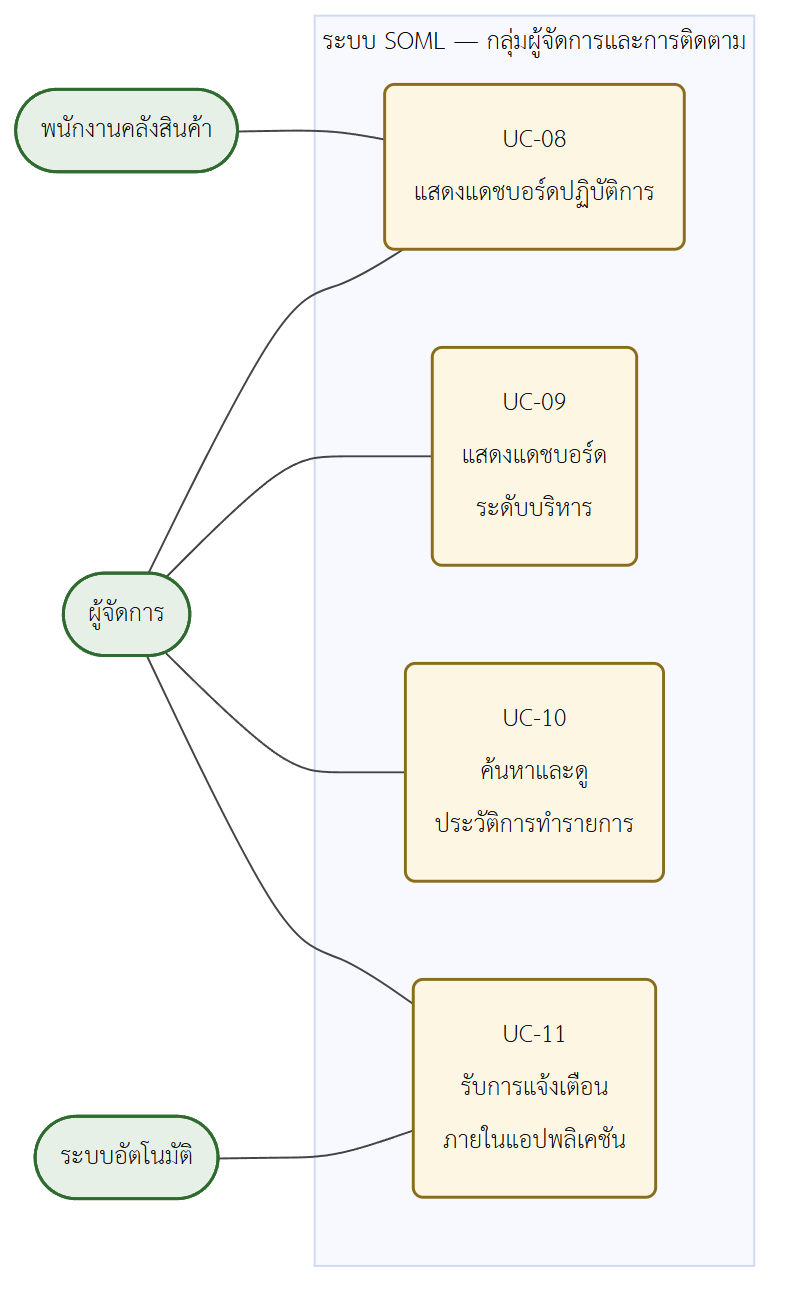
TriratWongsit/soml-pos-inventory keeps this Mermaid diagram as Documents/assets/diagrams/fig3-09_uc_manager.png. Above is the earlier version. Its source is kept beside it as Documents/assets/diagrams/fig3-09_uc_manager.mmd.
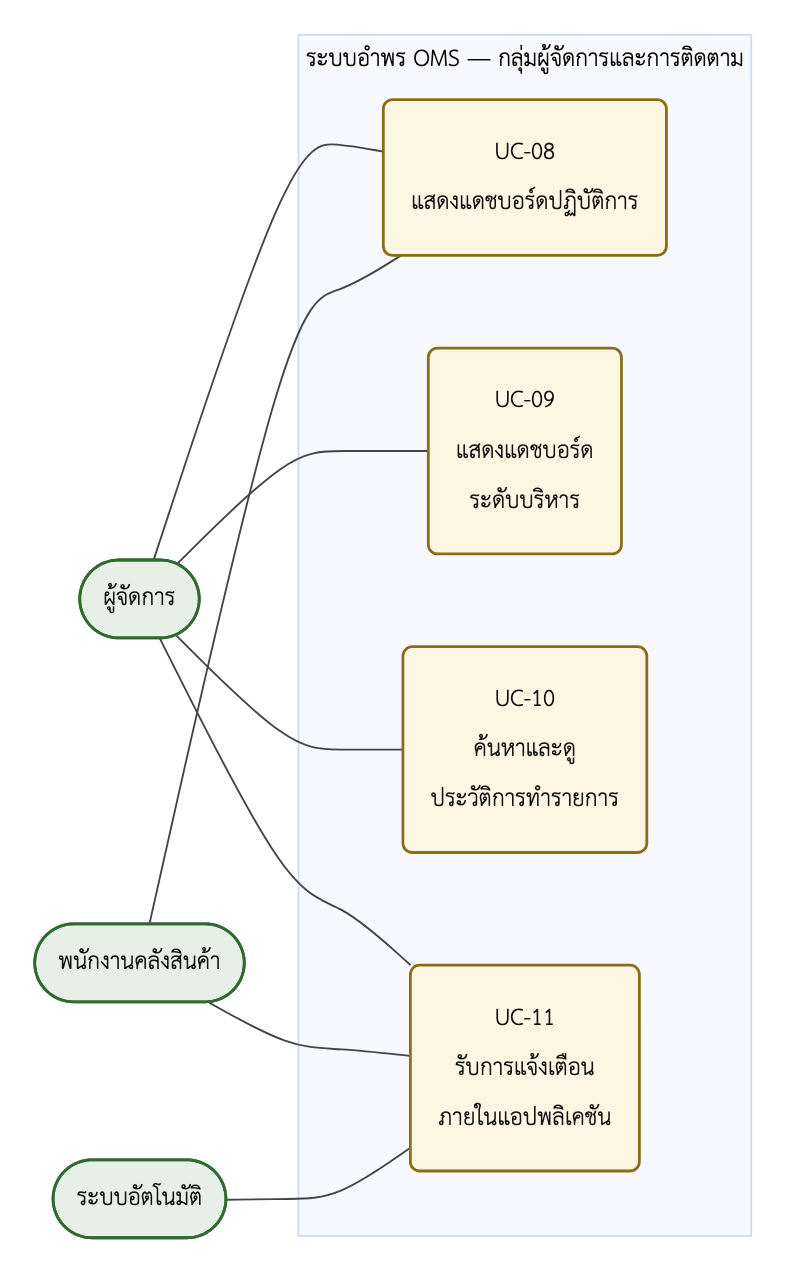
Later version of the same file.

Change to the diagram source:
```diff
@@ -2,7 +2,7 @@
     MGR(["ผู้จัดการ"])
     WH(["พนักงานคลังสินค้า"])
     SYSA(["ระบบอัตโนมัติ"])
-    subgraph SYS["ระบบ SOML — กลุ่มผู้จัดการและการติดตาม"]
+    subgraph SYS["ระบบอำพร OMS — กลุ่มผู้จัดการและการติดตาม"]
         UC8("UC-08<br/>แสดงแดชบอร์ดปฏิบัติการ")
         UC9("UC-09<br/>แสดงแดชบอร์ด<br/>ระดับบริหาร")
         UC10("UC-10<br/>ค้นหาและดู<br/>ประวัติการทำรายการ")
@@ -13,6 +13,7 @@
     MGR --- UC9
     MGR --- UC10
     MGR --- UC11
+    WH --- UC11
     SYSA --- UC11
     classDef actor fill:#e6f0e6,stroke:#2f6b2f,stroke-width:1.5px,color:#111
     classDef uc fill:#fdf6e3,stroke:#8a6d1a,stroke-width:1.5px,color:#111
```
